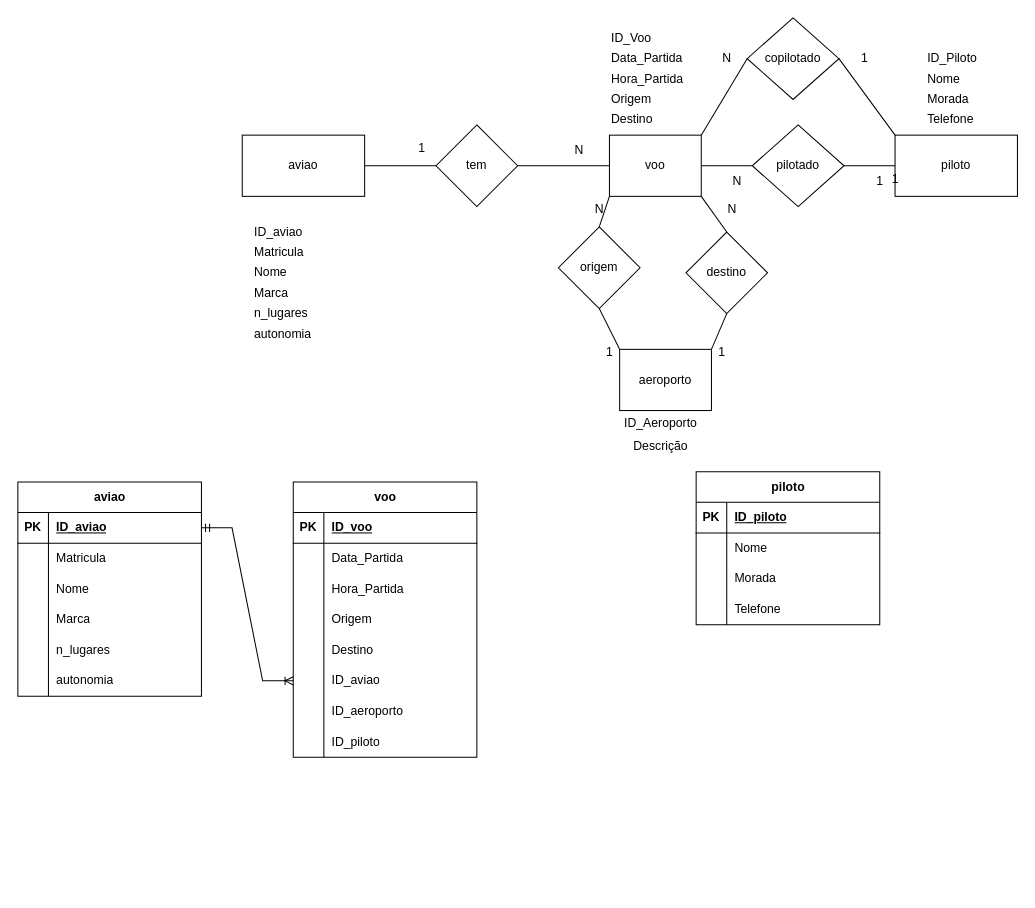
Before: BDC/PL01 next/Ex3.drawio in AnaCarvalho77/Cesae_SoftwareDeveloper, a draw.io diagram. Source tidied: cells renumbered, new cells numbered last; positions are measured from the earlier drawing's top-left corner, leaving out a move shared by most shapes. Both pictures are drawn from the tidied source at 102%, with x=0, y=0 at pixel (17, 17).
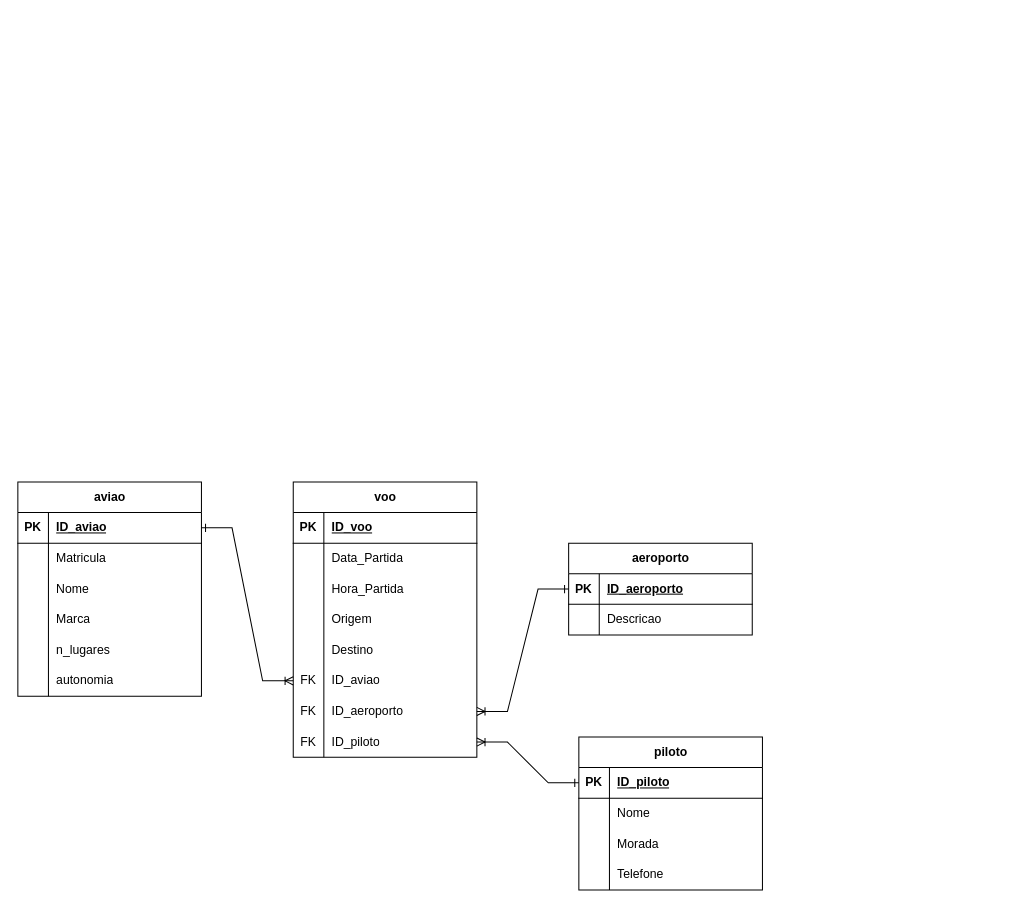
Above is the later version.

The change refers to these unchanged cells:
```xml
<mxCell id="50" style="shape=tableRow;horizontal=0;startSize=0;swimlaneHead=0;swimlaneBody=0;fillColor=none;points=[[0,0.5],[1,0.5]];portConstraint=eastwest;top=0;left=0;right=0;bottom=1;" parent="49" vertex="1">
  <mxGeometry y="30" width="180" height="30" as="geometry" />
</mxCell>
<mxCell id="84" style="shape=tableRow;horizontal=0;startSize=0;swimlaneHead=0;swimlaneBody=0;fillColor=none;points=[[0,0.5],[1,0.5]];portConstraint=eastwest;top=0;left=0;right=0;bottom=0;" parent="68" vertex="1">
  <mxGeometry y="180" width="180" height="30" as="geometry" />
</mxCell>
<mxCell id="87" style="shape=tableRow;horizontal=0;startSize=0;swimlaneHead=0;swimlaneBody=0;fillColor=none;points=[[0,0.5],[1,0.5]];portConstraint=eastwest;top=0;left=0;right=0;bottom=0;" parent="68" vertex="1">
  <mxGeometry y="210" width="180" height="30" as="geometry" />
</mxCell>
<mxCell id="90" style="shape=tableRow;horizontal=0;startSize=0;swimlaneHead=0;swimlaneBody=0;fillColor=none;points=[[0,0.5],[1,0.5]];portConstraint=eastwest;top=0;left=0;right=0;bottom=0;" parent="68" vertex="1">
  <mxGeometry y="240" width="180" height="30" as="geometry" />
</mxCell>
<mxCell id="94" style="shape=tableRow;horizontal=0;startSize=0;swimlaneHead=0;swimlaneBody=0;fillColor=none;points=[[0,0.5],[1,0.5]];portConstraint=eastwest;top=0;left=0;right=0;bottom=1;" parent="93" vertex="1">
  <mxGeometry y="30" width="180" height="30" as="geometry" />
</mxCell>
```

What changed in the source:
```diff
@@
-    <mxCell id="2" value="aviao" style="rounded=0;whiteSpace=wrap;html=1;" parent="1" vertex="1">
-      <mxGeometry x="220" y="115" width="120" height="60" as="geometry" />
-    </mxCell>
-    <mxCell id="3" value="piloto" style="rounded=0;whiteSpace=wrap;html=1;" parent="1" vertex="1">
-      <mxGeometry x="860" y="115" width="120" height="60" as="geometry" />
-    </mxCell>
-    <mxCell id="4" value="voo" style="rounded=0;whiteSpace=wrap;html=1;" parent="1" vertex="1">
-      <mxGeometry x="580" y="115" width="90" height="60" as="geometry" />
-    </mxCell>
-    <mxCell id="5" value="tem" style="rhombus;whiteSpace=wrap;html=1;" parent="1" vertex="1">
-      <mxGeometry x="410" y="105" width="80" height="80" as="geometry" />
-    </mxCell>
-    <mxCell id="6" style="endArrow=none;html=1;rounded=0;exitX=0;exitY=0.5;exitDx=0;exitDy=0;entryX=1;entryY=0.5;entryDx=0;entryDy=0;" parent="1" edge="1" source="5" target="2">
-      <mxGeometry relative="1" as="geometry" />
-    </mxCell>
-    <mxCell id="7" style="endArrow=none;html=1;rounded=0;exitX=1;exitY=0.5;exitDx=0;exitDy=0;" parent="1" edge="1" source="5" target="4">
-      <mxGeometry relative="1" as="geometry" />
-    </mxCell>
-    <mxCell id="8" value="1" style="text;html=1;align=center;verticalAlign=middle;strokeColor=none;fillColor=none;" parent="1" vertex="1">
-      <mxGeometry x="381" y="113" width="30" height="30" as="geometry" />
-    </mxCell>
-    <mxCell id="9" value="N" style="text;html=1;align=center;verticalAlign=middle;strokeColor=none;fillColor=none;" parent="1" vertex="1">
-      <mxGeometry x="535" y="115" width="30" height="30" as="geometry" />
-    </mxCell>
-    <mxCell id="10" value="ID_aviao" style="text;html=1;align=left;verticalAlign=middle;strokeColor=none;fillColor=none;" parent="1" vertex="1">
-      <mxGeometry x="230" y="195" width="70" height="30" as="geometry" />
-    </mxCell>
-    <mxCell id="11" value="Matricula" style="text;html=1;align=left;verticalAlign=middle;strokeColor=none;fillColor=none;" parent="1" vertex="1">
-      <mxGeometry x="230" y="215" width="70" height="30" as="geometry" />
-    </mxCell>
-    <mxCell id="12" value="ID_Voo" style="text;html=1;align=left;verticalAlign=middle;strokeColor=none;fillColor=none;" parent="1" vertex="1">
-      <mxGeometry x="580" y="5" width="60" height="30" as="geometry" />
-    </mxCell>
-    <mxCell id="13" value="Data_Partida" style="text;html=1;align=left;verticalAlign=middle;strokeColor=none;fillColor=none;" parent="1" vertex="1">
-      <mxGeometry x="580" y="25" width="90" height="30" as="geometry" />
-    </mxCell>
-    <mxCell id="14" value="Hora_Partida" style="text;html=1;align=left;verticalAlign=middle;strokeColor=none;fillColor=none;" parent="1" vertex="1">
-      <mxGeometry x="580" y="45" width="90" height="30" as="geometry" />
-    </mxCell>
-    <mxCell id="15" value="Origem" style="text;html=1;align=left;verticalAlign=middle;strokeColor=none;fillColor=none;" parent="1" vertex="1">
-      <mxGeometry x="580" y="65" width="60" height="30" as="geometry" />
-    </mxCell>
-    <mxCell id="16" value="pilotado" style="rhombus;whiteSpace=wrap;html=1;" parent="1" vertex="1">
-      <mxGeometry x="720" y="105" width="90" height="80" as="geometry" />
-    </mxCell>
-    <mxCell id="17" style="endArrow=none;html=1;rounded=0;exitX=1;exitY=0.5;exitDx=0;exitDy=0;entryX=0;entryY=0.5;entryDx=0;entryDy=0;" parent="1" edge="1" source="16" target="3">
-      <mxGeometry relative="1" as="geometry" />
-    </mxCell>
-    <mxCell id="18" style="endArrow=none;html=1;rounded=0;exitX=0;exitY=0.5;exitDx=0;exitDy=0;entryX=1;entryY=0.5;entryDx=0;entryDy=0;" parent="1" edge="1" source="16" target="4">
-      <mxGeometry relative="1" as="geometry" />
-    </mxCell>
-    <mxCell id="19" value="Nome" style="text;html=1;align=left;verticalAlign=middle;strokeColor=none;fillColor=none;" parent="1" vertex="1">
-      <mxGeometry x="890" y="45" width="60" height="30" as="geometry" />
-    </mxCell>
-    <mxCell id="20" value="Morada" style="text;html=1;align=left;verticalAlign=middle;strokeColor=none;fillColor=none;" parent="1" vertex="1">
-      <mxGeometry x="890" y="65" width="60" height="30" as="geometry" />
-    </mxCell>
-    <mxCell id="21" value="ID_Piloto" style="text;html=1;align=left;verticalAlign=middle;strokeColor=none;fillColor=none;" parent="1" vertex="1">
-      <mxGeometry x="890" y="25" width="70" height="30" as="geometry" />
-    </mxCell>
-    <mxCell id="22" value="Telefone" style="text;html=1;align=left;verticalAlign=middle;strokeColor=none;fillColor=none;" parent="1" vertex="1">
-      <mxGeometry x="890" y="85" width="70" height="30" as="geometry" />
-    </mxCell>
-    <mxCell id="23" value="1" style="text;html=1;align=center;verticalAlign=middle;strokeColor=none;fillColor=none;" parent="1" vertex="1">
-      <mxGeometry x="830" y="145" width="30" height="30" as="geometry" />
-    </mxCell>
-    <mxCell id="24" value="Nome" style="text;html=1;align=left;verticalAlign=middle;strokeColor=none;fillColor=none;" parent="1" vertex="1">
-      <mxGeometry x="230" y="235" width="60" height="30" as="geometry" />
-    </mxCell>
-    <mxCell id="25" value="Marca" style="text;html=1;align=left;verticalAlign=middle;strokeColor=none;fillColor=none;" parent="1" vertex="1">
-      <mxGeometry x="230" y="255" width="60" height="30" as="geometry" />
-    </mxCell>
-    <mxCell id="26" value="n_lugares" style="text;html=1;align=left;verticalAlign=middle;strokeColor=none;fillColor=none;" parent="1" vertex="1">
-      <mxGeometry x="230" y="275" width="80" height="30" as="geometry" />
-    </mxCell>
-    <mxCell id="27" value="autonomia" style="text;html=1;align=left;verticalAlign=middle;strokeColor=none;fillColor=none;" parent="1" vertex="1">
-      <mxGeometry x="230" y="295" width="80" height="30" as="geometry" />
-    </mxCell>
-    <mxCell id="28" value="Destino" style="text;html=1;align=left;verticalAlign=middle;strokeColor=none;fillColor=none;" parent="1" vertex="1">
-      <mxGeometry x="580" y="85" width="60" height="30" as="geometry" />
-    </mxCell>
-    <mxCell id="29" value="copilotado" style="rhombus;whiteSpace=wrap;html=1;" parent="1" vertex="1">
-      <mxGeometry x="715" width="90" height="80" as="geometry" />
-    </mxCell>
-    <mxCell id="30" value="N" style="text;html=1;align=center;verticalAlign=middle;strokeColor=none;fillColor=none;" parent="1" vertex="1">
-      <mxGeometry x="680" y="25" width="30" height="30" as="geometry" />
-    </mxCell>
-    <mxCell id="31" value="1" style="text;html=1;align=center;verticalAlign=middle;strokeColor=none;fillColor=none;" parent="1" vertex="1">
-      <mxGeometry x="815" y="25" width="30" height="30" as="geometry" />
-    </mxCell>
-    <mxCell id="32" style="endArrow=none;html=1;rounded=0;entryX=0;entryY=0.5;entryDx=0;entryDy=0;exitX=1;exitY=0;exitDx=0;exitDy=0;" parent="1" edge="1" source="4" target="29">
-      <mxGeometry relative="1" as="geometry" />
-    </mxCell>
-    <mxCell id="33" value="N" style="text;html=1;align=center;verticalAlign=middle;strokeColor=none;fillColor=none;" parent="1" vertex="1">
-      <mxGeometry x="690" y="145" width="30" height="30" as="geometry" />
-    </mxCell>
-    <mxCell id="34" value="1" style="text;html=1;align=center;verticalAlign=middle;strokeColor=none;fillColor=none;" parent="1" vertex="1">
-      <mxGeometry x="845" y="143" width="30" height="30" as="geometry" />
-    </mxCell>
-    <mxCell id="35" style="endArrow=none;html=1;rounded=0;entryX=1;entryY=0.5;entryDx=0;entryDy=0;exitX=0;exitY=0;exitDx=0;exitDy=0;" parent="1" edge="1" source="3" target="29">
-      <mxGeometry relative="1" as="geometry" />
-    </mxCell>
-    <mxCell id="36" value="aeroporto" style="rounded=0;whiteSpace=wrap;html=1;" parent="1" vertex="1">
-      <mxGeometry x="590" y="325" width="90" height="60" as="geometry" />
-    </mxCell>
-    <mxCell id="37" value="origem" style="rhombus;whiteSpace=wrap;html=1;" parent="1" vertex="1">
-      <mxGeometry x="530" y="205" width="80" height="80" as="geometry" />
-    </mxCell>
-    <mxCell id="38" value="destino" style="rhombus;whiteSpace=wrap;html=1;" parent="1" vertex="1">
-      <mxGeometry x="655" y="210" width="80" height="80" as="geometry" />
-    </mxCell>
-    <mxCell id="39" style="endArrow=none;html=1;rounded=0;entryX=0;entryY=1;entryDx=0;entryDy=0;exitX=0.5;exitY=0;exitDx=0;exitDy=0;" parent="1" edge="1" source="37" target="4">
-      <mxGeometry relative="1" as="geometry" />
-    </mxCell>
-    <mxCell id="40" style="endArrow=none;html=1;rounded=0;entryX=0;entryY=0;entryDx=0;entryDy=0;exitX=0.5;exitY=1;exitDx=0;exitDy=0;" parent="1" edge="1" source="37" target="36">
-      <mxGeometry relative="1" as="geometry" />
-    </mxCell>
-    <mxCell id="41" style="endArrow=none;html=1;rounded=0;entryX=0.5;entryY=0;entryDx=0;entryDy=0;exitX=1;exitY=1;exitDx=0;exitDy=0;" parent="1" edge="1" source="4" target="38">
-      <mxGeometry relative="1" as="geometry" />
-    </mxCell>
-    <mxCell id="42" style="endArrow=none;html=1;rounded=0;entryX=1;entryY=0;entryDx=0;entryDy=0;exitX=0.5;exitY=1;exitDx=0;exitDy=0;" parent="1" edge="1" source="38" target="36">
-      <mxGeometry relative="1" as="geometry" />
-    </mxCell>
-    <mxCell id="43" value="ID_Aeroporto" style="text;html=1;align=center;verticalAlign=middle;strokeColor=none;fillColor=none;" parent="1" vertex="1">
-      <mxGeometry x="585" y="383" width="90" height="30" as="geometry" />
-    </mxCell>
-    <mxCell id="44" value="Descrição" style="text;html=1;align=center;verticalAlign=middle;strokeColor=none;fillColor=none;" parent="1" vertex="1">
-      <mxGeometry x="590" y="405" width="80" height="30" as="geometry" />
-    </mxCell>
-    <mxCell id="45" value="1" style="text;html=1;align=center;verticalAlign=middle;strokeColor=none;fillColor=none;" parent="1" vertex="1">
-      <mxGeometry x="565" y="313" width="30" height="30" as="geometry" />
-    </mxCell>
-    <mxCell id="46" value="N" style="text;html=1;align=center;verticalAlign=middle;strokeColor=none;fillColor=none;" parent="1" vertex="1">
-      <mxGeometry x="555" y="173" width="30" height="30" as="geometry" />
-    </mxCell>
-    <mxCell id="47" value="N" style="text;html=1;align=center;verticalAlign=middle;strokeColor=none;fillColor=none;" parent="1" vertex="1">
-      <mxGeometry x="685" y="173" width="30" height="30" as="geometry" />
-    </mxCell>
-    <mxCell id="48" value="1" style="text;html=1;align=center;verticalAlign=middle;strokeColor=none;fillColor=none;" parent="1" vertex="1">
-      <mxGeometry x="675" y="313" width="30" height="30" as="geometry" />
-    </mxCell>
@@
-    <mxCell id="85" style="shape=partialRectangle;fillColor=none;top=0;left=0;bottom=0;right=0;overflow=hidden;whiteSpace=wrap;html=1;" parent="84" vertex="1">
+    <mxCell id="85" value="FK" style="shape=partialRectangle;fillColor=none;top=0;left=0;bottom=0;right=0;overflow=hidden;whiteSpace=wrap;html=1;" parent="84" vertex="1">
       <mxGeometry width="30" height="30" as="geometry" />
     </mxCell>
@@
-    <mxCell id="88" style="shape=partialRectangle;fillColor=none;top=0;left=0;bottom=0;right=0;overflow=hidden;whiteSpace=wrap;html=1;" parent="87" vertex="1">
+    <mxCell id="88" value="FK" style="shape=partialRectangle;fillColor=none;top=0;left=0;bottom=0;right=0;overflow=hidden;whiteSpace=wrap;html=1;" parent="87" vertex="1">
       <mxGeometry width="30" height="30" as="geometry" />
     </mxCell>
@@
-    <mxCell id="91" style="shape=partialRectangle;fillColor=none;top=0;left=0;bottom=0;right=0;overflow=hidden;whiteSpace=wrap;html=1;" parent="90" vertex="1">
+    <mxCell id="91" value="FK" style="shape=partialRectangle;fillColor=none;top=0;left=0;bottom=0;right=0;overflow=hidden;whiteSpace=wrap;html=1;" parent="90" vertex="1">
       <mxGeometry width="30" height="30" as="geometry" />
     </mxCell>
@@
     <mxCell id="93" value="piloto" style="shape=table;startSize=30;childLayout=tableLayout;rowLines=0;fontStyle=1;align=center;html=1;" parent="1" vertex="1">
-      <mxGeometry x="665" y="445" width="180" height="150" as="geometry" />
+      <mxGeometry x="550" y="705" width="180" height="150" as="geometry" />
     </mxCell>
@@
-    <mxCell id="106" style="edgeStyle=entityRelationEdgeStyle;fontSize=12;html=1;endArrow=ERoneToMany;rounded=0;exitX=1;exitY=0.5;exitDx=0;exitDy=0;entryX=0;entryY=0.5;entryDx=0;entryDy=0;startArrow=ERmandOne;startFill=0;" parent="1" edge="1" source="50" target="84">
+    <mxCell id="106" style="edgeStyle=entityRelationEdgeStyle;fontSize=12;html=1;endArrow=ERoneToMany;rounded=0;exitX=1;exitY=0.5;exitDx=0;exitDy=0;entryX=0;entryY=0.5;entryDx=0;entryDy=0;startArrow=ERone;startFill=0;" parent="1" edge="1" source="50" target="84">
       <mxGeometry relative="1" as="geometry" />
     </mxCell>
+    <mxCell id="36" value="aeroporto" style="shape=table;startSize=30;childLayout=tableLayout;rowLines=0;fontStyle=1;align=center;html=1;" parent="1" vertex="1">
+      <mxGeometry x="540" y="515" width="180" height="90" as="geometry" />
+    </mxCell>
+    <mxCell id="107" style="shape=tableRow;horizontal=0;startSize=0;swimlaneHead=0;swimlaneBody=0;fillColor=none;points=[[0,0.5],[1,0.5]];portConstraint=eastwest;top=0;left=0;right=0;bottom=1;" parent="36" vertex="1">
+      <mxGeometry y="30" width="180" height="30" as="geometry" />
+    </mxCell>
+    <mxCell id="108" value="PK" style="shape=partialRectangle;fillColor=none;top=0;left=0;bottom=0;right=0;fontStyle=1;overflow=hidden;whiteSpace=wrap;html=1;" parent="107" vertex="1">
+      <mxGeometry width="30" height="30" as="geometry" />
+    </mxCell>
+    <mxCell id="109" value="ID_aeroporto" style="shape=partialRectangle;fillColor=none;top=0;left=0;bottom=0;right=0;align=left;spacingLeft=6;fontStyle=5;overflow=hidden;whiteSpace=wrap;html=1;" parent="107" vertex="1">
+      <mxGeometry x="30" width="150" height="30" as="geometry" />
+    </mxCell>
+    <mxCell id="110" style="shape=tableRow;horizontal=0;startSize=0;swimlaneHead=0;swimlaneBody=0;fillColor=none;top=0;left=0;right=0;bottom=0;" parent="36" vertex="1">
+      <mxGeometry y="60" width="180" height="30" as="geometry" />
+    </mxCell>
+    <mxCell id="111" style="shape=partialRectangle;fillColor=none;top=0;left=0;bottom=0;right=0;overflow=hidden;whiteSpace=wrap;html=1;" parent="110" vertex="1">
+      <mxGeometry width="30" height="30" as="geometry" />
+    </mxCell>
+    <mxCell id="112" value="Descricao" style="shape=partialRectangle;fillColor=none;top=0;left=0;bottom=0;right=0;align=left;spacingLeft=6;overflow=hidden;whiteSpace=wrap;html=1;" parent="110" vertex="1">
+      <mxGeometry x="30" width="150" height="30" as="geometry" />
+    </mxCell>
+    <mxCell id="113" style="edgeStyle=entityRelationEdgeStyle;fontSize=12;html=1;endArrow=ERoneToMany;rounded=0;startArrow=ERone;startFill=0;exitX=0;exitY=0.5;exitDx=0;exitDy=0;" parent="1" edge="1" source="107" target="87">
+      <mxGeometry relative="1" as="geometry" />
+    </mxCell>
+    <mxCell id="114" style="edgeStyle=entityRelationEdgeStyle;fontSize=12;html=1;endArrow=ERoneToMany;rounded=0;startArrow=ERone;startFill=0;exitX=0;exitY=0.5;exitDx=0;exitDy=0;entryX=1;entryY=0.5;entryDx=0;entryDy=0;" parent="1" edge="1" source="94" target="90">
+      <mxGeometry relative="1" as="geometry" />
+    </mxCell>
```
